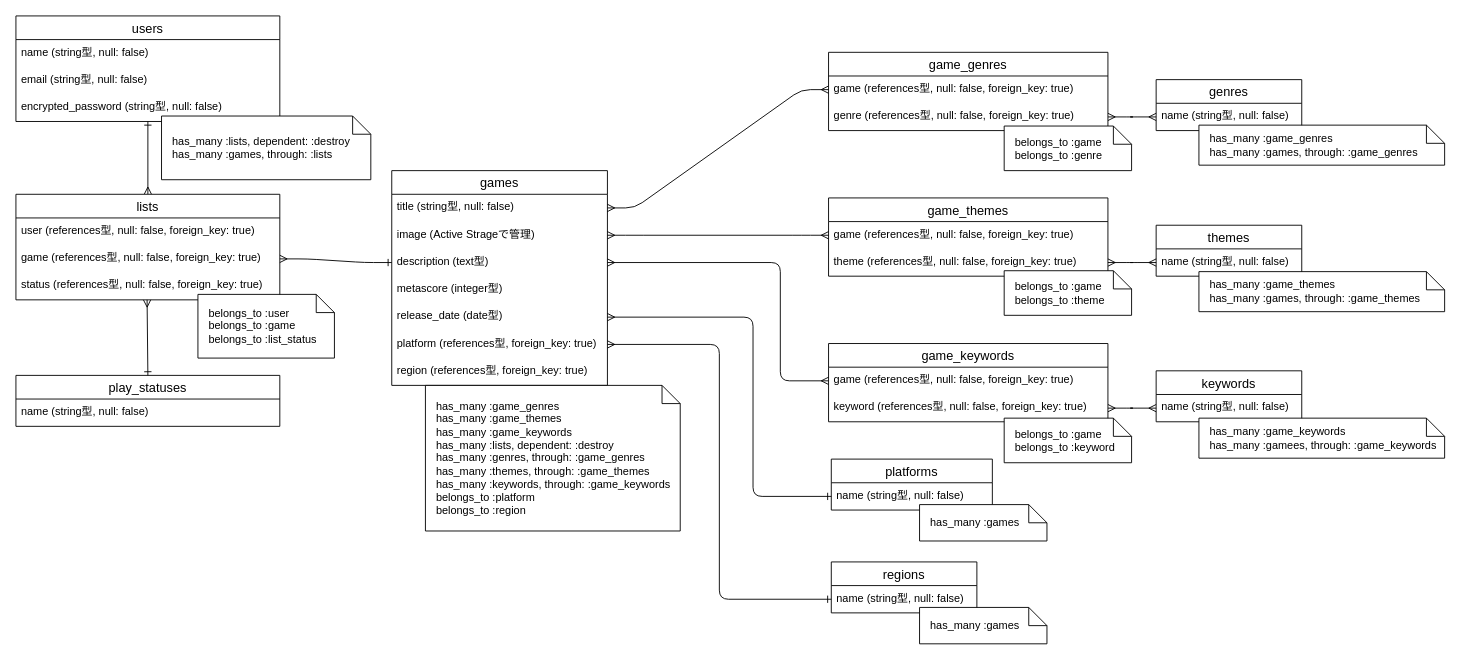
The draw.io diagram erd.dio in nobmurakami/my-game-db, before the edit. Source tidied: cells renumbered, new cells numbered last; positions are measured from the earlier drawing's top-left corner, leaving out a move shared by most shapes. Both pictures are drawn from the tidied source at 91%, with x=0, y=0 at pixel (15, 15).
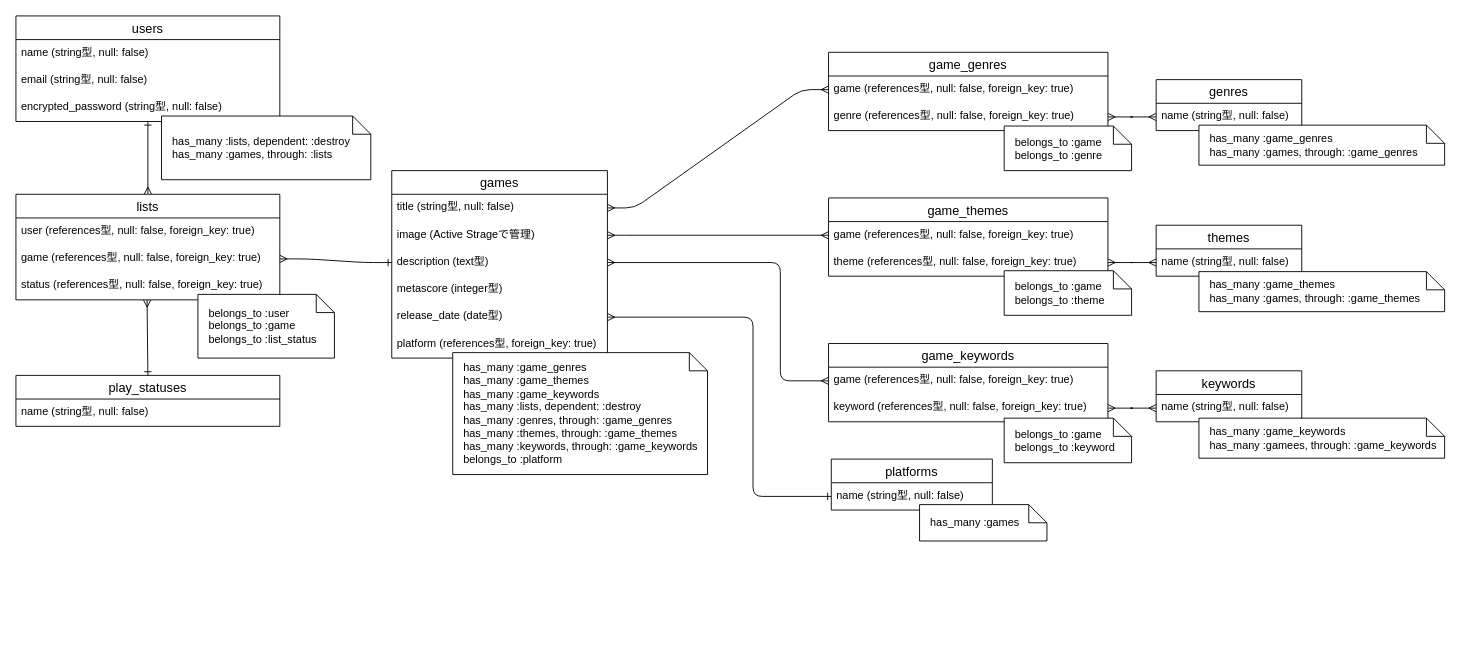
The same page after the edit.

Unchanged cells that the change refers to:
```xml
<mxCell id="17" value="platform (references型, foreign_key: true)" style="text;strokeColor=none;fillColor=none;spacingLeft=4;spacingRight=4;overflow=hidden;points=[[0,0.5],[1,0.5]];portConstraint=eastwest;fontSize=12;" parent="11" vertex="1">
  <mxGeometry y="176" width="237" height="30" as="geometry" />
</mxCell>
```

Diff of the diagram source:
```diff
@@
     <mxCell id="11" value="games" style="swimlane;fontStyle=0;horizontal=1;startSize=26;align=center;fontSize=14;" parent="1" vertex="1">
-      <mxGeometry x="413" y="170" width="237" height="236" as="geometry" />
+      <mxGeometry x="413" y="170" width="237" height="206" as="geometry" />
     </mxCell>
@@
-    <mxCell id="18" value="region (references型, foreign_key: true)" style="text;strokeColor=none;fillColor=none;spacingLeft=4;spacingRight=4;overflow=hidden;fontSize=12;" parent="11" vertex="1">
-      <mxGeometry y="206" width="237" height="30" as="geometry" />
-    </mxCell>
@@
-    <mxCell id="42" value="regions" style="swimlane;fontStyle=0;horizontal=1;startSize=26;align=center;fontSize=14;" parent="1" vertex="1">
-      <mxGeometry x="896" y="600" width="160" height="56" as="geometry" />
-    </mxCell>
-    <mxCell id="43" value="name (string型, null: false)" style="text;strokeColor=none;fillColor=none;spacingLeft=4;spacingRight=4;overflow=hidden;points=[[0,0.5],[1,0.5]];portConstraint=eastwest;fontSize=12;" parent="42" vertex="1">
-      <mxGeometry y="26" width="160" height="30" as="geometry" />
-    </mxCell>
@@
-    <mxCell id="45" style="edgeStyle=orthogonalEdgeStyle;fontSize=12;html=1;endArrow=ERone;endFill=1;exitX=1;exitY=0.5;exitDx=0;exitDy=0;entryX=0;entryY=0.5;entryDx=0;entryDy=0;startArrow=ERmany;startFill=0;" parent="1" edge="1" source="17" target="43">
-      <mxGeometry relative="1" as="geometry" />
-    </mxCell>
@@
-    <mxCell id="52" value="has_many :game_genres&lt;br&gt;has_many :game_themes&lt;br&gt;has_many :game_keywords&lt;br&gt;has_many :lists, dependent: :destroy&lt;br&gt;has_many :genres, through: :game_genres&lt;br&gt;has_many :themes, through: :game_themes&lt;br&gt;has_many :keywords, through: :game_keywords&lt;br&gt;belongs_to :platform&lt;br&gt;belongs_to :region" style="shape=note;size=20;whiteSpace=wrap;html=1;align=left;spacingLeft=10;" parent="1" vertex="1">
-      <mxGeometry x="450" y="406" width="280" height="160" as="geometry" />
+    <mxCell id="52" value="has_many :game_genres&lt;br&gt;has_many :game_themes&lt;br&gt;has_many :game_keywords&lt;br&gt;has_many :lists, dependent: :destroy&lt;br&gt;has_many :genres, through: :game_genres&lt;br&gt;has_many :themes, through: :game_themes&lt;br&gt;has_many :keywords, through: :game_keywords&lt;br&gt;belongs_to :platform" style="shape=note;size=20;whiteSpace=wrap;html=1;align=left;spacingLeft=10;" parent="1" vertex="1">
+      <mxGeometry x="480" y="370" width="280" height="134" as="geometry" />
     </mxCell>
@@
-    <mxCell id="60" value="has_many :games" style="shape=note;size=20;whiteSpace=wrap;html=1;align=left;spacingLeft=10;" parent="1" vertex="1">
-      <mxGeometry x="993" y="650" width="140" height="40" as="geometry" />
-    </mxCell>
```
